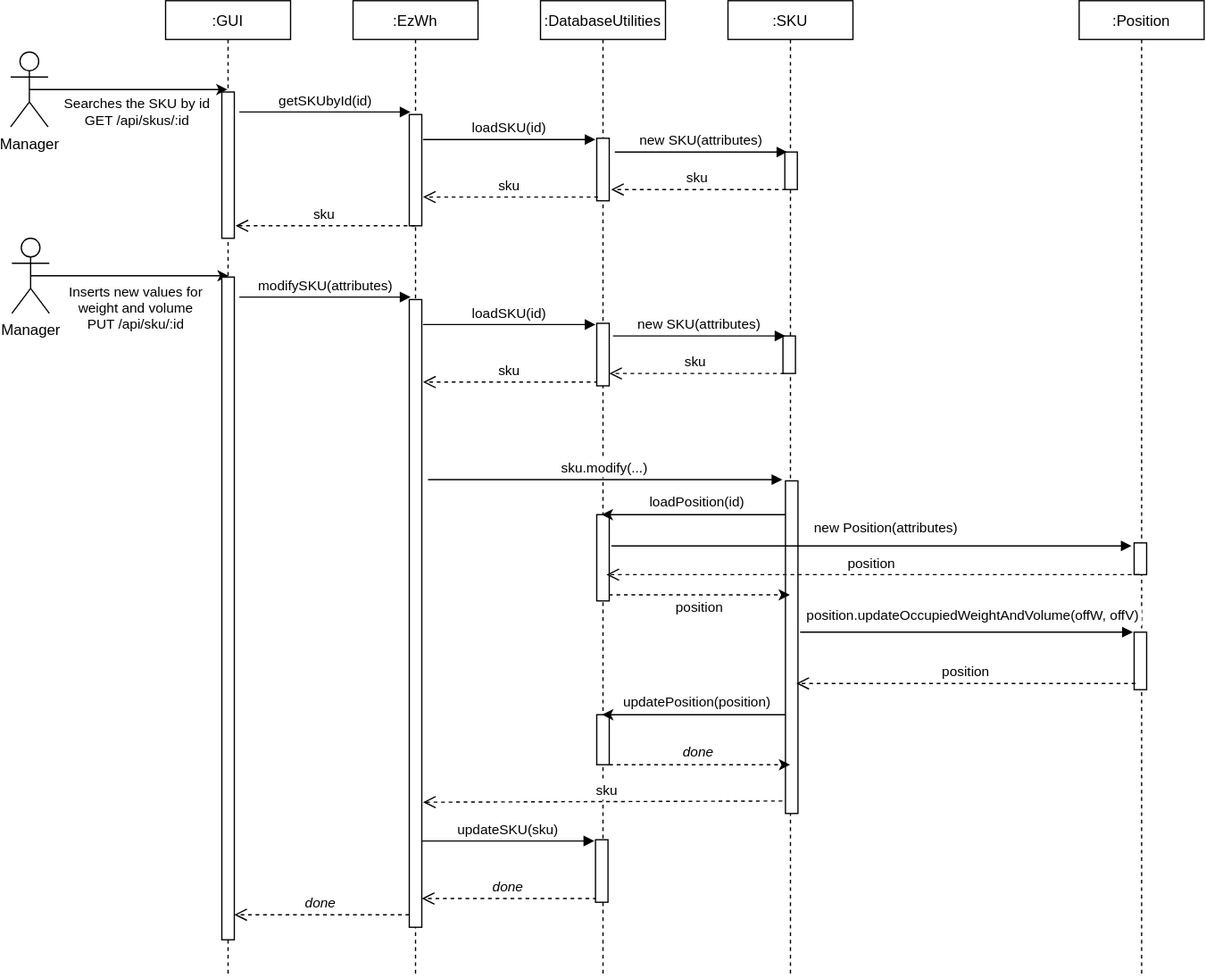
Before: Design-diagrams/scenario1-3.svg, a diagram exported from draw.io (enessyarali/Easy-Warehouse). Source tidied: cells renumbered, new cells last; positions are measured from the earlier drawing's top-left corner, leaving out a move shared by most shapes.
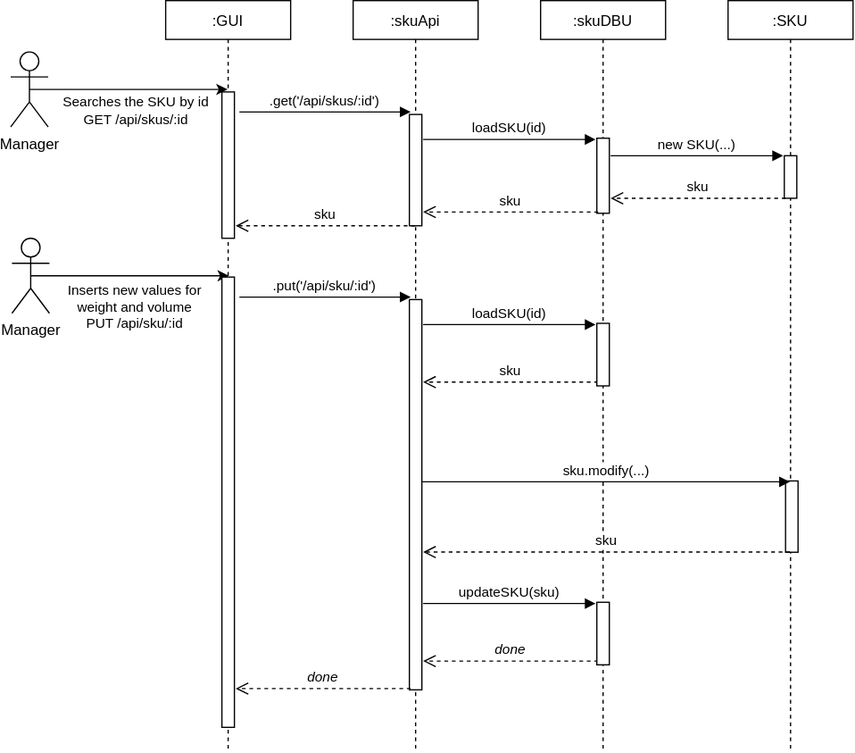
Later version of the same file.

Commit message:
Modified scenario diagram 1-1,1-3,5-2-1

The edit, as a diff of the source:
```diff
@@ -2,11 +2,11 @@
   <root>
     <mxCell id="0" />
     <mxCell id="1" parent="0" />
-    <mxCell id="2" value=":DatabaseUtilities" style="shape=umlLifeline;perimeter=lifelinePerimeter;rounded=0;shadow=0;strokeWidth=1;size=31;" parent="1" vertex="1">
-      <mxGeometry x="424" width="100" height="781" as="geometry" />
+    <mxCell id="2" value=":skuDBU" style="shape=umlLifeline;perimeter=lifelinePerimeter;rounded=0;shadow=0;strokeWidth=1;size=31;" parent="1" vertex="1">
+      <mxGeometry x="424" width="100" height="601" as="geometry" />
     </mxCell>
     <mxCell id="3" style="perimeter=orthogonalPerimeter;rounded=0;shadow=0;strokeWidth=1;" parent="2" vertex="1">
-      <mxGeometry x="45" y="110" width="10" height="50" as="geometry" />
+      <mxGeometry x="45" y="110" width="10" height="60" as="geometry" />
     </mxCell>
     <mxCell id="4" value="loadSKU(id)" style="verticalAlign=bottom;endArrow=block;shadow=0;strokeWidth=1;" parent="2" edge="1">
       <mxGeometry relative="1" as="geometry">
@@ -14,40 +14,40 @@
         <mxPoint x="44" y="111" as="targetPoint" />
       </mxGeometry>
     </mxCell>
-    <mxCell id="5" style="perimeter=orthogonalPerimeter;rounded=0;shadow=0;strokeWidth=1;" parent="2" vertex="1">
-      <mxGeometry x="45" y="411" width="10" height="69" as="geometry" />
-    </mxCell>
     <mxCell id="6" value=":GUI" style="shape=umlLifeline;perimeter=lifelinePerimeter;rounded=0;shadow=0;strokeWidth=1;size=31;" parent="1" vertex="1">
-      <mxGeometry x="124" width="100" height="781" as="geometry" />
+      <mxGeometry x="124" width="100" height="601" as="geometry" />
     </mxCell>
     <mxCell id="7" style="perimeter=orthogonalPerimeter;rounded=0;shadow=0;strokeWidth=1;" parent="6" vertex="1">
       <mxGeometry x="45" y="73" width="10" height="117" as="geometry" />
     </mxCell>
-    <mxCell id="8" value=":EzWh" style="shape=umlLifeline;perimeter=lifelinePerimeter;rounded=0;shadow=0;strokeWidth=1;size=31;" parent="1" vertex="1">
-      <mxGeometry x="274" width="100" height="781" as="geometry" />
+    <mxCell id="8" value=":skuApi" style="shape=umlLifeline;perimeter=lifelinePerimeter;rounded=0;shadow=0;strokeWidth=1;size=31;" parent="1" vertex="1">
+      <mxGeometry x="274" width="100" height="601" as="geometry" />
     </mxCell>
     <mxCell id="9" style="perimeter=orthogonalPerimeter;rounded=0;shadow=0;strokeWidth=1;" parent="8" vertex="1">
       <mxGeometry x="45" y="91" width="10" height="89" as="geometry" />
     </mxCell>
-    <mxCell id="10" value="sku" style="verticalAlign=bottom;endArrow=open;dashed=1;endSize=8;shadow=0;strokeWidth=1;fontStyle=0;" parent="8" edge="1">
-      <mxGeometry relative="1" as="geometry">
-        <mxPoint x="349.5" y="640" as="sourcePoint" />
-        <mxPoint x="56" y="641" as="targetPoint" />
-      </mxGeometry>
-    </mxCell>
-    <mxCell id="11" value="done" style="verticalAlign=bottom;endArrow=open;dashed=1;endSize=8;exitX=0;exitY=0.95;shadow=0;strokeWidth=1;fontStyle=2;" parent="8" edge="1">
-      <mxGeometry relative="1" as="geometry">
-        <mxPoint x="45" y="731" as="sourcePoint" />
-        <mxPoint x="-95" y="731" as="targetPoint" />
-      </mxGeometry>
-    </mxCell>
+    <mxCell id="52" value="done" style="verticalAlign=bottom;endArrow=open;dashed=1;endSize=8;exitX=0;exitY=0.95;shadow=0;strokeWidth=1;fontStyle=2;" parent="8" edge="1">
+      <mxGeometry relative="1" as="geometry">
+        <mxPoint x="196" y="528" as="sourcePoint" />
+        <mxPoint x="56" y="528" as="targetPoint" />
+      </mxGeometry>
+    </mxCell>
+    <mxCell id="53" style="perimeter=orthogonalPerimeter;rounded=0;shadow=0;strokeWidth=1;" parent="8" vertex="1">
+      <mxGeometry x="195" y="481" width="10" height="50" as="geometry" />
+    </mxCell>
+    <mxCell id="51" value="updateSKU(sku)" style="verticalAlign=bottom;endArrow=block;shadow=0;strokeWidth=1;" parent="8" edge="1">
+      <mxGeometry relative="1" as="geometry">
+        <mxPoint x="56" y="482" as="sourcePoint" />
+        <mxPoint x="194" y="482" as="targetPoint" />
+      </mxGeometry>
+    </mxCell>
     <mxCell id="12" value="sku" style="verticalAlign=bottom;endArrow=open;dashed=1;endSize=8;exitX=0;exitY=0.95;shadow=0;strokeWidth=1;" parent="1" edge="1">
       <mxGeometry relative="1" as="geometry">
-        <mxPoint x="470" y="157" as="sourcePoint" />
-        <mxPoint x="330" y="157" as="targetPoint" />
+        <mxPoint x="470" y="169" as="sourcePoint" />
+        <mxPoint x="330" y="169" as="targetPoint" />
       </mxGeometry>
     </mxCell>
-    <mxCell id="13" value="getSKUbyId(id)" style="verticalAlign=bottom;endArrow=block;shadow=0;strokeWidth=1;" parent="1" edge="1">
+    <mxCell id="13" value=".get('/api/skus/:id')" style="verticalAlign=bottom;endArrow=block;shadow=0;strokeWidth=1;" parent="1" edge="1">
       <mxGeometry relative="1" as="geometry">
         <mxPoint x="183" y="89" as="sourcePoint" />
         <mxPoint x="320" y="89" as="targetPoint" />
@@ -65,30 +65,20 @@
       <mxGeometry y="41" width="30" height="60" as="geometry" />
     </mxCell>
     <mxCell id="17" value=":SKU" style="shape=umlLifeline;perimeter=lifelinePerimeter;rounded=0;shadow=0;strokeWidth=1;size=31;" parent="1" vertex="1">
-      <mxGeometry x="574" width="100" height="781" as="geometry" />
+      <mxGeometry x="574" width="100" height="601" as="geometry" />
     </mxCell>
     <mxCell id="18" style="perimeter=orthogonalPerimeter;rounded=0;shadow=0;strokeWidth=1;" parent="17" vertex="1">
-      <mxGeometry x="46" y="384" width="10" height="266" as="geometry" />
+      <mxGeometry x="46" y="384" width="10" height="57" as="geometry" />
     </mxCell>
-    <mxCell id="19" style="perimeter=orthogonalPerimeter;rounded=0;shadow=0;strokeWidth=1;" parent="17" vertex="1">
-      <mxGeometry x="-105" y="571" width="10" height="40" as="geometry" />
-    </mxCell>
-    <mxCell id="20" value="updatePosition(position)" style="endArrow=classic;html=1;rounded=0;" parent="17" edge="1">
-      <mxGeometry x="-0.04" y="-10" relative="1" as="geometry">
-        <mxPoint x="46" y="571" as="sourcePoint" />
-        <mxPoint x="-100.7" y="571" as="targetPoint" />
-        <Array as="points">
-          <mxPoint x="46" y="571" />
-          <mxPoint x="16" y="571" />
-        </Array>
-      </mxGeometry>
-    </mxCell>
-    <mxCell id="21" value="&lt;i&gt;done&lt;/i&gt;" style="endArrow=classic;html=1;rounded=0;dashed=1;entryX=-0.148;entryY=0.436;entryDx=0;entryDy=0;entryPerimeter=0;" parent="17" edge="1">
-      <mxGeometry x="-0.02" y="10" relative="1" as="geometry">
-        <mxPoint x="-95" y="611" as="sourcePoint" />
-        <mxPoint x="49.8" y="611" as="targetPoint" />
-      </mxGeometry>
-    </mxCell>
+    <mxCell id="54" style="perimeter=orthogonalPerimeter;rounded=0;shadow=0;strokeWidth=1;" parent="17" vertex="1">
+      <mxGeometry x="45" y="124" width="10" height="34" as="geometry" />
+    </mxCell>
+    <mxCell id="55" value="new SKU(...)" style="verticalAlign=bottom;endArrow=block;shadow=0;strokeWidth=1;" parent="17" edge="1">
+      <mxGeometry relative="1" as="geometry">
+        <mxPoint x="-94" y="124" as="sourcePoint" />
+        <mxPoint x="44" y="124" as="targetPoint" />
+      </mxGeometry>
+    </mxCell>
     <mxCell id="22" value="sku" style="verticalAlign=bottom;endArrow=open;dashed=1;endSize=8;exitX=0;exitY=0.95;shadow=0;strokeWidth=1;fontStyle=0;" parent="1" edge="1">
       <mxGeometry relative="1" as="geometry">
         <mxPoint x="323.5" y="180" as="sourcePoint" />
@@ -109,10 +99,10 @@
       <mxGeometry x="1" y="190" width="30" height="60" as="geometry" />
     </mxCell>
     <mxCell id="26" style="perimeter=orthogonalPerimeter;rounded=0;shadow=0;strokeWidth=1;" parent="1" vertex="1">
-      <mxGeometry x="169" y="221" width="10" height="530" as="geometry" />
+      <mxGeometry x="169" y="221" width="10" height="360" as="geometry" />
     </mxCell>
     <mxCell id="27" style="points=[];perimeter=orthogonalPerimeter;rounded=0;shadow=0;strokeWidth=1;" parent="1" vertex="1">
-      <mxGeometry x="319" y="239" width="10" height="502" as="geometry" />
+      <mxGeometry x="319" y="239" width="10" height="312" as="geometry" />
     </mxCell>
     <mxCell id="28" value="sku" style="verticalAlign=bottom;endArrow=open;dashed=1;endSize=8;exitX=0;exitY=0.95;shadow=0;strokeWidth=1;" parent="1" edge="1">
       <mxGeometry relative="1" as="geometry">
@@ -120,7 +110,7 @@
         <mxPoint x="330" y="305" as="targetPoint" />
       </mxGeometry>
     </mxCell>
-    <mxCell id="29" value="modifySKU(attributes)" style="verticalAlign=bottom;endArrow=block;shadow=0;strokeWidth=1;" parent="1" edge="1">
+    <mxCell id="29" value=".put('/api/sku/:id')" style="verticalAlign=bottom;endArrow=block;shadow=0;strokeWidth=1;" parent="1" edge="1">
       <mxGeometry relative="1" as="geometry">
         <mxPoint x="183" y="237" as="sourcePoint" />
         <mxPoint x="320" y="237" as="targetPoint" />
@@ -135,109 +125,26 @@
         <mxPoint x="468" y="259" as="targetPoint" />
       </mxGeometry>
     </mxCell>
-    <mxCell id="32" value=":Position" style="shape=umlLifeline;perimeter=lifelinePerimeter;rounded=0;shadow=0;strokeWidth=1;size=31;" parent="1" vertex="1">
-      <mxGeometry x="855" width="100" height="781" as="geometry" />
-    </mxCell>
-    <mxCell id="33" style="perimeter=orthogonalPerimeter;rounded=0;shadow=0;strokeWidth=1;" parent="32" vertex="1">
-      <mxGeometry x="44" y="433.6" width="10" height="25.4" as="geometry" />
-    </mxCell>
-    <mxCell id="34" value="new Position(attributes)" style="verticalAlign=bottom;endArrow=block;shadow=0;strokeWidth=1;" parent="32" edge="1">
-      <mxGeometry x="0.05" y="5" relative="1" as="geometry">
-        <mxPoint x="-374.3" y="436" as="sourcePoint" />
-        <mxPoint x="42" y="436" as="targetPoint" />
-      </mxGeometry>
-    </mxCell>
-    <mxCell id="35" value="position" style="verticalAlign=bottom;endArrow=open;dashed=1;endSize=8;shadow=0;strokeWidth=1;" parent="32" edge="1">
-      <mxGeometry relative="1" as="geometry">
-        <mxPoint x="48" y="459" as="sourcePoint" />
-        <mxPoint x="-378.3" y="459" as="targetPoint" />
-      </mxGeometry>
-    </mxCell>
-    <mxCell id="36" style="perimeter=orthogonalPerimeter;rounded=0;shadow=0;strokeWidth=1;" parent="32" vertex="1">
-      <mxGeometry x="44" y="505" width="10" height="46" as="geometry" />
-    </mxCell>
-    <mxCell id="37" value="position.updateOccupiedWeightAndVolume(offW, offV)" style="verticalAlign=bottom;endArrow=block;shadow=0;strokeWidth=1;" parent="32" edge="1">
-      <mxGeometry x="0.04" y="4" relative="1" as="geometry">
-        <mxPoint x="-223.3" y="505" as="sourcePoint" />
-        <mxPoint x="43" y="505" as="targetPoint" />
-      </mxGeometry>
-    </mxCell>
-    <mxCell id="38" value="position" style="verticalAlign=bottom;endArrow=open;dashed=1;endSize=8;exitX=0;exitY=0.95;shadow=0;strokeWidth=1;" parent="32" edge="1">
-      <mxGeometry relative="1" as="geometry">
-        <mxPoint x="45" y="546" as="sourcePoint" />
-        <mxPoint x="-226.3" y="546" as="targetPoint" />
-      </mxGeometry>
-    </mxCell>
-    <mxCell id="39" style="perimeter=orthogonalPerimeter;rounded=0;shadow=0;strokeWidth=1;" parent="1" vertex="1">
-      <mxGeometry x="619.5" y="121" width="10" height="30" as="geometry" />
-    </mxCell>
-    <mxCell id="40" value="new SKU(attributes)" style="verticalAlign=bottom;endArrow=block;shadow=0;strokeWidth=1;" parent="1" edge="1">
-      <mxGeometry relative="1" as="geometry">
-        <mxPoint x="483.5" y="121" as="sourcePoint" />
-        <mxPoint x="621.5" y="121" as="targetPoint" />
-      </mxGeometry>
-    </mxCell>
-    <mxCell id="41" value="sku" style="verticalAlign=bottom;endArrow=open;dashed=1;endSize=8;exitX=0;exitY=0.95;shadow=0;strokeWidth=1;" parent="1" edge="1">
-      <mxGeometry relative="1" as="geometry">
-        <mxPoint x="620.5" y="151" as="sourcePoint" />
-        <mxPoint x="480.5" y="151" as="targetPoint" />
-      </mxGeometry>
-    </mxCell>
-    <mxCell id="42" style="perimeter=orthogonalPerimeter;rounded=0;shadow=0;strokeWidth=1;" parent="1" vertex="1">
-      <mxGeometry x="618" y="268.1" width="10" height="30" as="geometry" />
-    </mxCell>
-    <mxCell id="43" value="new SKU(attributes)" style="verticalAlign=bottom;endArrow=block;shadow=0;strokeWidth=1;" parent="1" edge="1">
-      <mxGeometry relative="1" as="geometry">
-        <mxPoint x="482" y="268.1" as="sourcePoint" />
-        <mxPoint x="620" y="268.1" as="targetPoint" />
-      </mxGeometry>
-    </mxCell>
-    <mxCell id="44" value="sku" style="verticalAlign=bottom;endArrow=open;dashed=1;endSize=8;exitX=0;exitY=0.95;shadow=0;strokeWidth=1;" parent="1" edge="1">
-      <mxGeometry relative="1" as="geometry">
-        <mxPoint x="619" y="298.1" as="sourcePoint" />
-        <mxPoint x="479" y="298.1" as="targetPoint" />
-      </mxGeometry>
-    </mxCell>
-    <mxCell id="45" value="loadPosition(id)" style="endArrow=classic;html=1;rounded=0;" parent="1" edge="1" target="2">
-      <mxGeometry x="-0.04" y="-10" relative="1" as="geometry">
-        <mxPoint x="620" y="411" as="sourcePoint" />
-        <Array as="points">
-          <mxPoint x="620" y="411" />
-          <mxPoint x="590" y="411" />
-        </Array>
-      </mxGeometry>
-    </mxCell>
-    <mxCell id="46" style="endArrow=classic;html=1;rounded=0;dashed=1;entryX=-0.148;entryY=0.436;entryDx=0;entryDy=0;entryPerimeter=0;" parent="1" edge="1">
-      <mxGeometry relative="1" as="geometry">
-        <mxPoint x="478.8" y="475.2" as="sourcePoint" />
-        <mxPoint x="623.5" y="475.2" as="targetPoint" />
-      </mxGeometry>
-    </mxCell>
-    <mxCell id="47" value="position" style="edgeLabel;html=1;align=center;verticalAlign=middle;" parent="46" vertex="1">
-      <mxGeometry x="0.36" relative="1" as="geometry">
-        <mxPoint x="-27" y="9" as="offset" />
-      </mxGeometry>
-    </mxCell>
+    <mxCell id="56" value="sku" style="verticalAlign=bottom;endArrow=open;dashed=1;endSize=8;exitX=0;exitY=0.95;shadow=0;strokeWidth=1;" parent="1" edge="1">
+      <mxGeometry relative="1" as="geometry">
+        <mxPoint x="620" y="158" as="sourcePoint" />
+        <mxPoint x="480" y="158" as="targetPoint" />
+      </mxGeometry>
+    </mxCell>
-    <mxCell id="48" value="sku.modify(...)" style="verticalAlign=bottom;endArrow=block;shadow=0;strokeWidth=1;" parent="1" edge="1">
+    <mxCell id="48" value="sku.modify(...)" style="verticalAlign=bottom;endArrow=block;shadow=0;strokeWidth=1;exitX=1.033;exitY=0.451;exitDx=0;exitDy=0;exitPerimeter=0;" parent="1" edge="1">
       <mxGeometry relative="1" as="geometry">
-        <mxPoint x="334" y="383" as="sourcePoint" />
-        <mxPoint x="617.5" y="383" as="targetPoint" />
+        <mxPoint x="329.3" y="384.7" as="sourcePoint" />
+        <mxPoint x="623.5" y="384.7" as="targetPoint" />
       </mxGeometry>
     </mxCell>
-    <mxCell id="49" value="done" style="verticalAlign=bottom;endArrow=open;dashed=1;endSize=8;exitX=0;exitY=0.95;shadow=0;strokeWidth=1;fontStyle=2;" parent="1" edge="1">
-      <mxGeometry relative="1" as="geometry">
-        <mxPoint x="469" y="718" as="sourcePoint" />
-        <mxPoint x="329" y="718" as="targetPoint" />
-      </mxGeometry>
-    </mxCell>
-    <mxCell id="50" style="perimeter=orthogonalPerimeter;rounded=0;shadow=0;strokeWidth=1;" parent="1" vertex="1">
-      <mxGeometry x="468" y="671" width="10" height="50" as="geometry" />
-    </mxCell>
-    <mxCell id="51" value="updateSKU(sku)" style="verticalAlign=bottom;endArrow=block;shadow=0;strokeWidth=1;" parent="1" edge="1">
-      <mxGeometry relative="1" as="geometry">
-        <mxPoint x="329" y="672" as="sourcePoint" />
-        <mxPoint x="467" y="672" as="targetPoint" />
-      </mxGeometry>
-    </mxCell>
+    <mxCell id="10" value="sku" style="verticalAlign=bottom;endArrow=open;dashed=1;endSize=8;shadow=0;strokeWidth=1;fontStyle=0;entryX=1.1;entryY=0.647;entryDx=0;entryDy=0;entryPerimeter=0;" parent="1" edge="1" source="17" target="27">
+      <mxGeometry relative="1" as="geometry" />
+    </mxCell>
+    <mxCell id="57" value="done" style="verticalAlign=bottom;endArrow=open;dashed=1;endSize=8;exitX=0;exitY=0.95;shadow=0;strokeWidth=1;fontStyle=2;" parent="1" edge="1">
+      <mxGeometry relative="1" as="geometry">
+        <mxPoint x="320" y="550" as="sourcePoint" />
+        <mxPoint x="180" y="550" as="targetPoint" />
+      </mxGeometry>
+    </mxCell>
   </root>
 </mxGraphModel>
```
